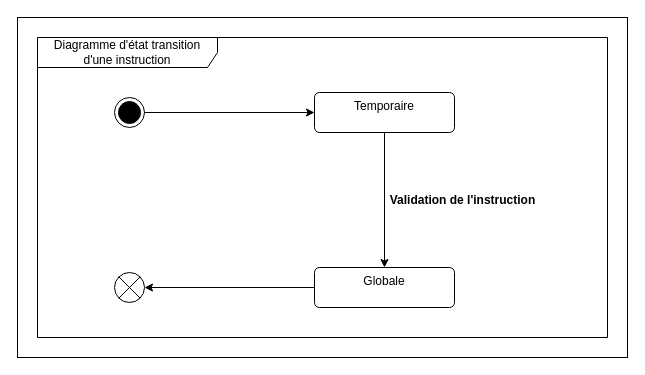
This is etat_inst.drawio from CabrelFeukeng/pp, a draw.io file, before an edit. Source tidied: cells renumbered, new cells numbered last; positions are measured from the earlier drawing's top-left corner, leaving out a move shared by most shapes. Both pictures are drawn from the tidied source at 100%, with x=0, y=0 at pixel (17, 17).
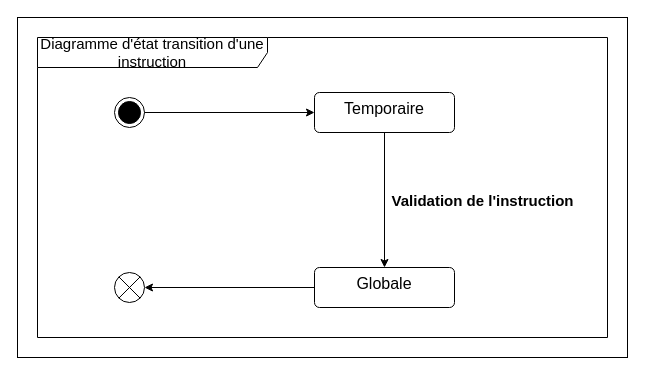
After the change.

Commit message:
Mettre à jour etat_inst.drawio

Diff of the diagram source:
```diff
@@
 <mxGraphModel>
   <root>
     <mxCell id="0" />
     <mxCell id="1" parent="0" />
     <mxCell id="2" style="rounded=0;whiteSpace=wrap;html=1;" parent="1" vertex="1">
       <mxGeometry width="610" height="340" as="geometry" />
     </mxCell>
     <mxCell id="3" style="edgeStyle=orthogonalEdgeStyle;rounded=0;jettySize=auto;html=1;entryX=0.5;entryY=0;entryDx=0;entryDy=0;" parent="1" edge="1" source="4" target="6">
       <mxGeometry relative="1" as="geometry" />
     </mxCell>
-    <mxCell id="4" value="Temporaire" style="html=1;align=center;verticalAlign=top;rounded=1;absoluteArcSize=1;arcSize=10;dashed=0;whiteSpace=wrap;" parent="1" vertex="1">
+    <mxCell id="4" value="&lt;font style=&quot;font-size: 16px;&quot;&gt;Temporaire&lt;/font&gt;" style="html=1;align=center;verticalAlign=top;rounded=1;absoluteArcSize=1;arcSize=10;dashed=0;whiteSpace=wrap;" parent="1" vertex="1">
       <mxGeometry x="297" y="75" width="140" height="40" as="geometry" />
     </mxCell>
     <mxCell id="5" style="edgeStyle=orthogonalEdgeStyle;rounded=0;jettySize=auto;html=1;entryX=1;entryY=0.5;entryDx=0;entryDy=0;" parent="1" edge="1" source="6" target="9">
       <mxGeometry relative="1" as="geometry" />
     </mxCell>
-    <mxCell id="6" value="Globale" style="html=1;align=center;verticalAlign=top;rounded=1;absoluteArcSize=1;arcSize=10;dashed=0;whiteSpace=wrap;" parent="1" vertex="1">
+    <mxCell id="6" value="&lt;font style=&quot;font-size: 16px;&quot;&gt;Globale&lt;/font&gt;" style="html=1;align=center;verticalAlign=top;rounded=1;absoluteArcSize=1;arcSize=10;dashed=0;whiteSpace=wrap;" parent="1" vertex="1">
       <mxGeometry x="297" y="250" width="140" height="40" as="geometry" />
     </mxCell>
     <mxCell id="7" style="edgeStyle=orthogonalEdgeStyle;rounded=0;jettySize=auto;html=1;entryX=0;entryY=0.5;entryDx=0;entryDy=0;" parent="1" edge="1" source="8" target="4">
       <mxGeometry relative="1" as="geometry" />
     </mxCell>
     <mxCell id="8" style="ellipse;html=1;shape=endState;fillColor=strokeColor;" parent="1" vertex="1">
       <mxGeometry x="97" y="80" width="30" height="30" as="geometry" />
     </mxCell>
     <mxCell id="9" style="shape=sumEllipse;perimeter=ellipsePerimeter;html=1;backgroundOutline=1;" parent="1" vertex="1">
       <mxGeometry x="97" y="255" width="30" height="30" as="geometry" />
     </mxCell>
-    <mxCell id="10" value="Diagramme d'état transition d'une instruction" style="shape=umlFrame;whiteSpace=wrap;html=1;width=180;height=30;" parent="1" vertex="1">
+    <mxCell id="10" value="&lt;font style=&quot;font-size: 15px;&quot;&gt;Diagramme d'état transition d'une instruction&lt;/font&gt;" style="shape=umlFrame;whiteSpace=wrap;html=1;width=230;height=30;" parent="1" vertex="1">
       <mxGeometry x="20" y="20" width="570" height="300" as="geometry" />
     </mxCell>
-    <mxCell id="11" value="Validation de l'instruction" style="text;align=center;fontStyle=1;verticalAlign=middle;spacingLeft=3;spacingRight=3;strokeColor=none;html=1;" parent="1" vertex="1">
-      <mxGeometry x="360" y="170" width="170" height="26" as="geometry" />
+    <mxCell id="11" value="&lt;font style=&quot;font-size: 15px;&quot;&gt;Validation de l'instruction&lt;/font&gt;" style="text;align=center;fontStyle=1;verticalAlign=middle;spacingLeft=3;spacingRight=3;strokeColor=none;html=1;" parent="1" vertex="1">
+      <mxGeometry x="380" y="170" width="170" height="26" as="geometry" />
     </mxCell>
   </root>
 </mxGraphModel>
```
